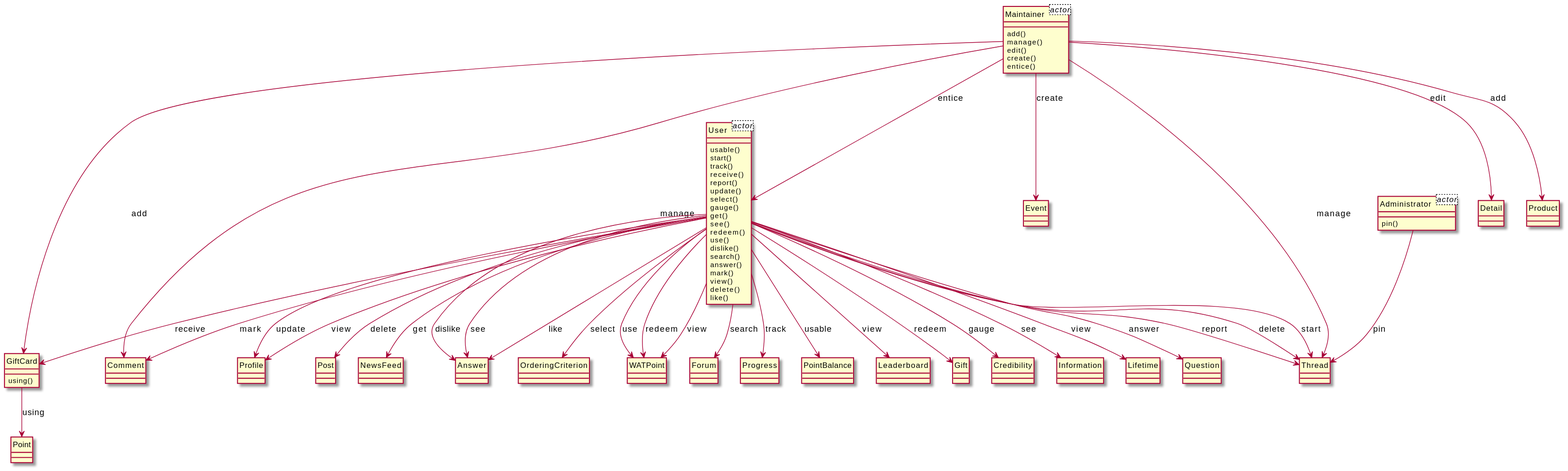
Before: output/diagram_5/2014-USC-Project01.svg, a diagram exported from PlantUML (xixixhalu/DomainModelExtractor).
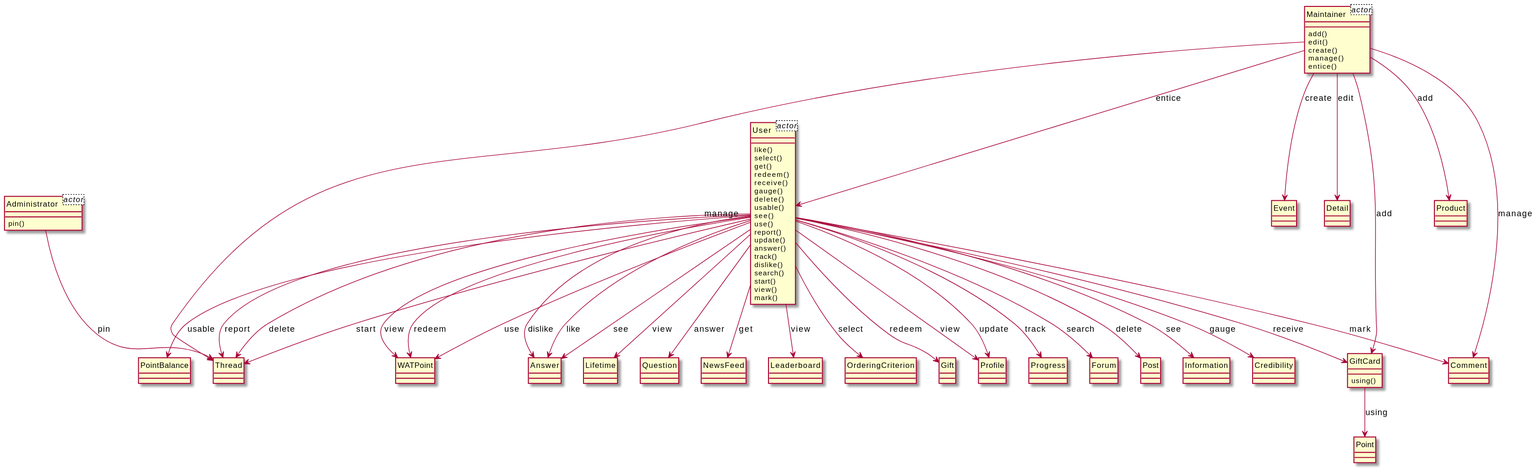
Above is the later version.

The edit, as a diff of the source:
```diff
@@ -6,114 +6,114 @@
 }
 class Maintainer<actor> {
 }
+class User {
+	like()
+	select()
+	get()
+	redeem()
+	receive()
+	gauge()
+	delete()
+	usable()
+	see()
+	use()
+	report()
+	update()
+	answer()
+	track()
+	dislike()
+	search()
+	start()
+	view()
+	mark()
+}
+class PointBalance {
+}
+class Maintainer {
+	add()
+	edit()
+	create()
+	manage()
+	entice()
+}
+class Thread {
+}
+class WATPoint {
+}
+class Event {
+}
+class Answer {
+}
+class Lifetime {
+}
+class Detail {
+}
 class GiftCard {
 	using()
 }
-class Point {
+class Question {
 }
-class User {
-	usable()
-	start()
-	track()
-	receive()
-	report()
-	update()
-	select()
-	gauge()
-	get()
-	see()
-	redeem()
-	use()
-	dislike()
-	search()
-	answer()
-	mark()
-	view()
-	delete()
-	like()
+class Product {
+}
+class NewsFeed {
+}
+class Comment {
+}
+class Leaderboard {
+}
+class OrderingCriterion {
+}
+class Gift {
 }
 class Profile {
 }
-class Maintainer {
-	add()
-	manage()
-	edit()
-	create()
-	entice()
-}
-class Comment {
-}
-class Post {
-}
-class NewsFeed {
-}
-class Answer {
-}
-class OrderingCriterion {
-}
-class Event {
-}
-class WATPoint {
-}
-class Forum {
-}
 class Progress {
-}
-class PointBalance {
-}
-class Leaderboard {
-}
-class Gift {
-}
-class Thread {
-}
-class Detail {
-}
-class Credibility {
-}
-class Information {
 }
 class Administrator {
 	pin()
 }
-class Lifetime {
+class Forum {
 }
-class Product {
+class Post {
 }
-class Question {
+class Information {
 }
+class Credibility {
+}
+class Point {
+}
+User --> WATPoint : redeem
+User --> WATPoint : use
+Maintainer --> Product : add
+Maintainer --> Comment : manage
+User --> Gift : redeem
 User --> Thread : delete
-Maintainer --> Comment : manage
+User --> Profile : update
 Maintainer --> Event : create
+User --> NewsFeed : get
+User --> Profile : view
+User --> Answer : like
+User --> Progress : track
+User --> Lifetime : view
+Administrator --> Thread : pin
+User --> GiftCard : receive
+User --> Thread : start
 User --> Question : answer
-User --> Gift : redeem
-User --> Post : delete
-User --> WATPoint : redeem
-Maintainer --> Thread : manage
-User --> NewsFeed : get
 User --> WATPoint : view
 Maintainer --> Detail : edit
-User --> GiftCard : receive
+User --> Thread : report
+User --> Forum : search
 User --> Comment : mark
+User --> Post : delete
+User --> Answer : see
+User --> Leaderboard : view
+User --> Information : see
+User --> PointBalance : usable
 Maintainer --> User : entice
 User --> Credibility : gauge
-User --> Answer : see
-User --> Answer : like
+Maintainer --> GiftCard : add
+Maintainer --> Thread : manage
+User --> Answer : dislike
+GiftCard --> Point : using
 User --> OrderingCriterion : select
-User --> Information : see
-User --> Forum : search
-User --> WATPoint : use
-User --> Profile : view
-User --> Answer : dislike
-Administrator --> Thread : pin
-User --> Progress : track
-User --> Thread : start
-GiftCard --> Point : using
-User --> Lifetime : view
-User --> PointBalance : usable
-User --> Thread : report
-User --> Profile : update
-Maintainer --> GiftCard : add
-Maintainer --> Product : add
-User --> Leaderboard : view
 @enduml
```
